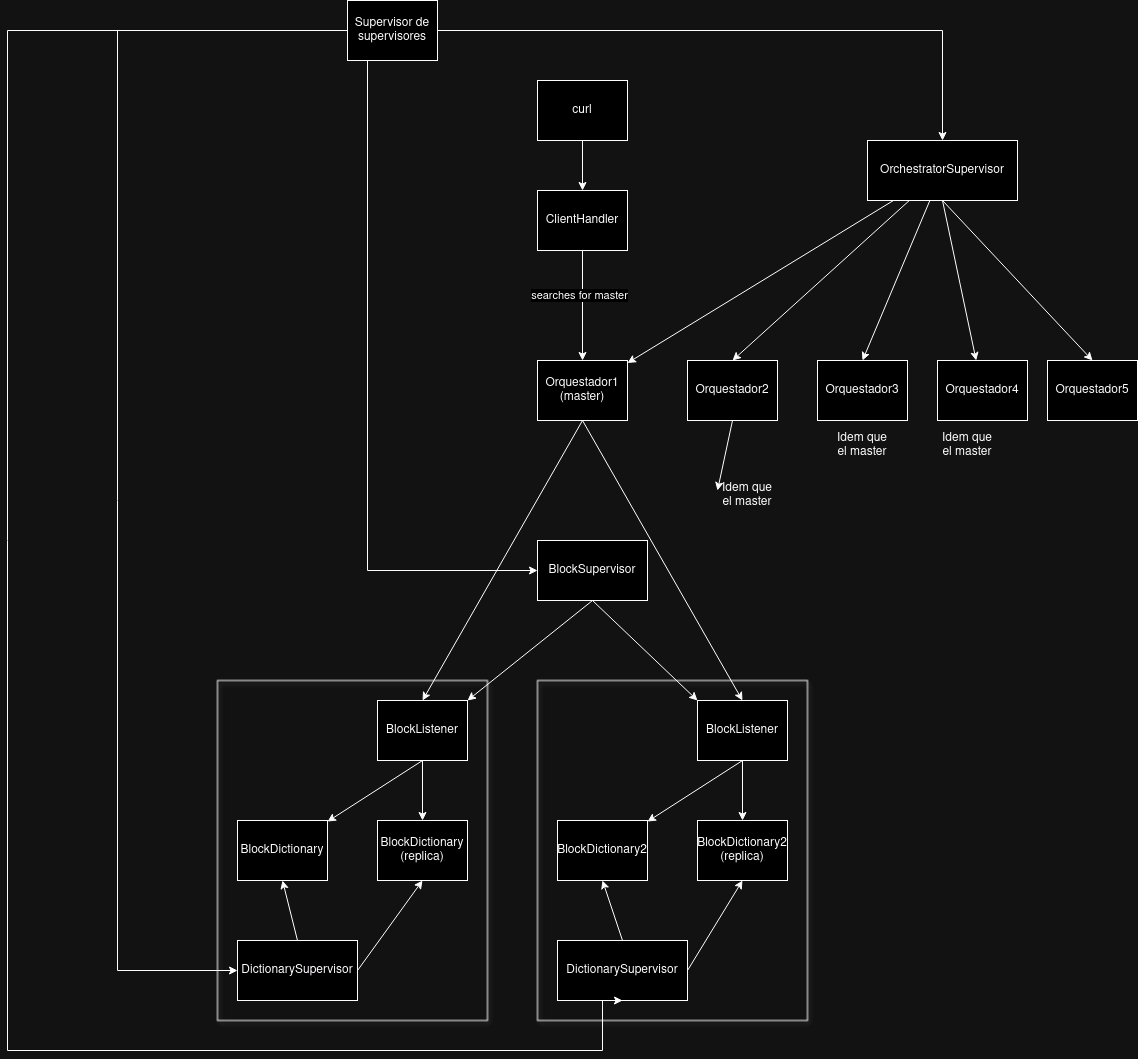
This is DiagramaArquitectura.drawio.png from jschuhmann47/tp-iasc, a draw.io export, as it was before one commit. Source tidied: cells renumbered, new cells last; positions are measured from the earlier drawing's top-left corner, leaving out a move shared by most shapes.
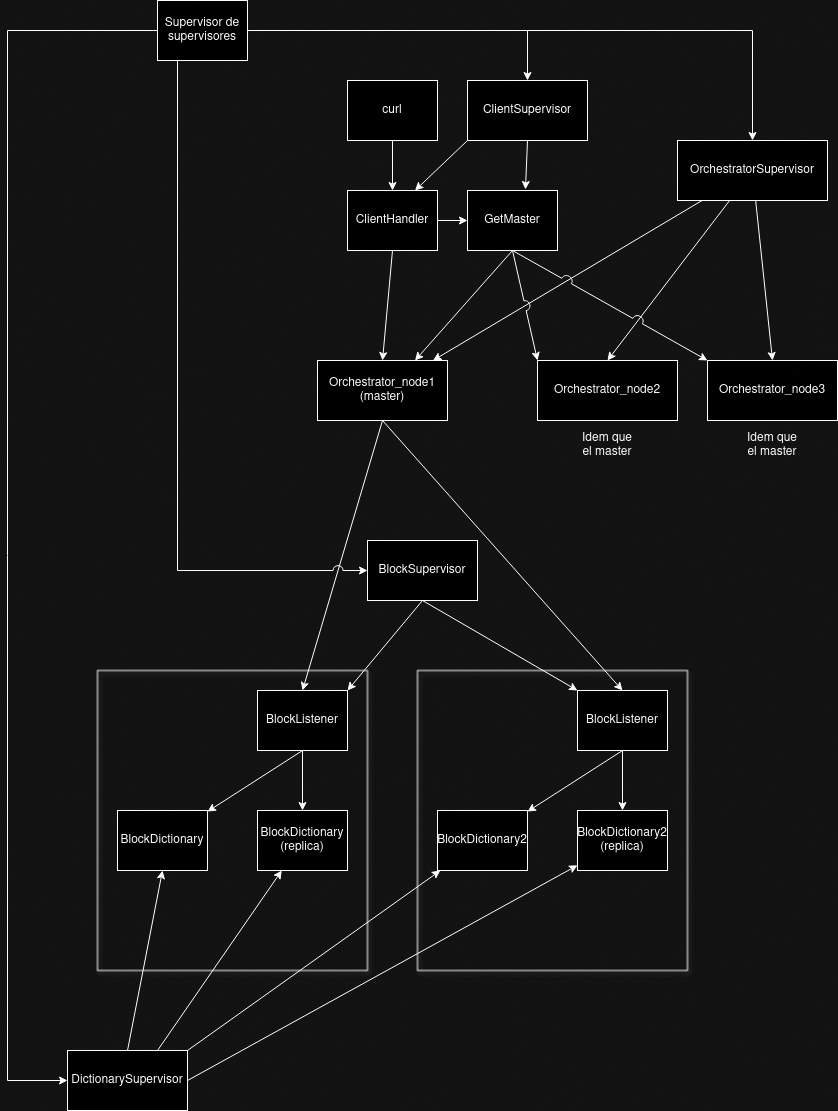
The same diagram one commit later.

Diff of the diagram source:
```diff
@@ -5,40 +5,35 @@
     <mxCell id="2" style="edgeStyle=none;rounded=0;jettySize=auto;html=1;exitX=0.5;exitY=1;exitDx=0;exitDy=0;entryX=0.5;entryY=0;entryDx=0;entryDy=0;" parent="1" edge="1" source="3" target="31">
       <mxGeometry relative="1" as="geometry" />
     </mxCell>
-    <mxCell id="3" value="Orquestador1 (master)" style="rounded=0;whiteSpace=wrap;html=1;" parent="1" vertex="1">
-      <mxGeometry x="530" y="360" width="90" height="60" as="geometry" />
+    <mxCell id="3" value="Orchestrator_node1 (master)" style="rounded=0;whiteSpace=wrap;html=1;" parent="1" vertex="1">
+      <mxGeometry x="500" y="360" width="130" height="60" as="geometry" />
     </mxCell>
     <mxCell id="4" style="rounded=0;jettySize=auto;html=1;exitX=0.5;exitY=1;exitDx=0;exitDy=0;entryX=0.5;entryY=0;entryDx=0;entryDy=0;" parent="1" edge="1" source="3" target="16">
       <mxGeometry relative="1" as="geometry" />
     </mxCell>
-    <mxCell id="5" style="edgeStyle=none;rounded=0;jettySize=auto;html=1;exitX=0.5;exitY=1;exitDx=0;exitDy=0;" parent="1" edge="1" source="6">
-      <mxGeometry relative="1" as="geometry">
-        <mxPoint x="710" y="490" as="targetPoint" />
-      </mxGeometry>
-    </mxCell>
-    <mxCell id="6" value="Orquestador2" style="rounded=0;whiteSpace=wrap;html=1;" parent="1" vertex="1">
-      <mxGeometry x="680" y="360" width="90" height="60" as="geometry" />
+    <mxCell id="6" value="Orchestrator_node2" style="rounded=0;whiteSpace=wrap;html=1;" parent="1" vertex="1">
+      <mxGeometry x="720" y="360" width="140" height="60" as="geometry" />
     </mxCell>
     <mxCell id="7" style="edgeStyle=none;rounded=0;jettySize=auto;html=1;exitX=0.5;exitY=1;exitDx=0;exitDy=0;entryX=0.5;entryY=0;entryDx=0;entryDy=0;" parent="1" edge="1" source="9" target="3">
       <mxGeometry relative="1" as="geometry" />
     </mxCell>
-    <mxCell id="8" value="searches for master" style="edgeLabel;html=1;align=center;verticalAlign=middle;" parent="7" vertex="1">
-      <mxGeometry x="-0.2" y="-4" relative="1" as="geometry" />
-    </mxCell>
+    <mxCell id="50" style="edgeStyle=none;rounded=0;jettySize=auto;html=1;exitX=1;exitY=0.5;exitDx=0;exitDy=0;entryX=0;entryY=0.5;entryDx=0;entryDy=0;" parent="1" edge="1" source="9" target="57">
+      <mxGeometry relative="1" as="geometry" />
+    </mxCell>
     <mxCell id="9" value="ClientHandler" style="rounded=0;whiteSpace=wrap;html=1;" parent="1" vertex="1">
       <mxGeometry x="530" y="190" width="90" height="60" as="geometry" />
     </mxCell>
-    <mxCell id="10" value="Orquestador3" style="rounded=0;whiteSpace=wrap;html=1;" parent="1" vertex="1">
-      <mxGeometry x="810" y="360" width="90" height="60" as="geometry" />
+    <mxCell id="10" value="Orchestrator_node3" style="rounded=0;whiteSpace=wrap;html=1;" parent="1" vertex="1">
+      <mxGeometry x="890" y="360" width="130" height="60" as="geometry" />
     </mxCell>
     <mxCell id="11" style="rounded=0;whiteSpace=wrap;html=1;shadow=1;fillColor=none;" parent="1" vertex="1">
-      <mxGeometry x="210" y="680" width="270" height="340" as="geometry" />
+      <mxGeometry x="280" y="670" width="270" height="300" as="geometry" />
     </mxCell>
     <mxCell id="12" value="BlockDictionary" style="rounded=0;whiteSpace=wrap;html=1;" parent="1" vertex="1">
-      <mxGeometry x="230" y="820" width="90" height="60" as="geometry" />
+      <mxGeometry x="300" y="810" width="90" height="60" as="geometry" />
     </mxCell>
     <mxCell id="13" value="BlockDictionary (replica)" style="rounded=0;whiteSpace=wrap;html=1;" parent="1" vertex="1">
-      <mxGeometry x="370" y="820" width="90" height="60" as="geometry" />
+      <mxGeometry x="440" y="810" width="90" height="60" as="geometry" />
     </mxCell>
     <mxCell id="14" style="edgeStyle=none;rounded=0;jettySize=auto;html=1;exitX=0.5;exitY=1;exitDx=0;exitDy=0;" parent="1" edge="1" source="16" target="12">
       <mxGeometry relative="1" as="geometry" />
@@ -47,20 +42,23 @@
       <mxGeometry relative="1" as="geometry" />
     </mxCell>
     <mxCell id="16" value="BlockListener" style="rounded=0;whiteSpace=wrap;html=1;" parent="1" vertex="1">
-      <mxGeometry x="370" y="700" width="90" height="60" as="geometry" />
+      <mxGeometry x="440" y="690" width="90" height="60" as="geometry" />
     </mxCell>
     <mxCell id="17" style="edgeStyle=none;rounded=0;jettySize=auto;html=1;exitX=0.5;exitY=0;exitDx=0;exitDy=0;entryX=0.5;entryY=1;entryDx=0;entryDy=0;" parent="1" edge="1" source="18" target="12">
       <mxGeometry relative="1" as="geometry" />
     </mxCell>
+    <mxCell id="19" style="rounded=0;jettySize=auto;html=1;exitX=0.75;exitY=0;exitDx=0;exitDy=0;" parent="1" edge="1" source="18" target="13">
+      <mxGeometry relative="1" as="geometry" />
+    </mxCell>
+    <mxCell id="51" style="rounded=0;jettySize=auto;html=1;exitX=1;exitY=0;exitDx=0;exitDy=0;" parent="1" edge="1" source="18" target="27">
+      <mxGeometry relative="1" as="geometry" />
+    </mxCell>
+    <mxCell id="52" style="edgeStyle=none;rounded=0;jettySize=auto;html=1;exitX=1;exitY=0.5;exitDx=0;exitDy=0;" parent="1" edge="1" source="18" target="28">
+      <mxGeometry relative="1" as="geometry" />
+    </mxCell>
     <mxCell id="18" value="DictionarySupervisor" style="rounded=0;whiteSpace=wrap;html=1;" parent="1" vertex="1">
-      <mxGeometry x="230" y="940" width="120" height="60" as="geometry" />
+      <mxGeometry x="250" y="1050" width="120" height="60" as="geometry" />
     </mxCell>
-    <mxCell id="19" style="endArrow=classic;html=1;rounded=0;entryX=0.5;entryY=1;entryDx=0;entryDy=0;exitX=1;exitY=0.5;exitDx=0;exitDy=0;" parent="1" edge="1" source="18" target="13">
-      <mxGeometry relative="1" as="geometry" />
-    </mxCell>
-    <mxCell id="20" value="Orquestador4" style="rounded=0;whiteSpace=wrap;html=1;" parent="1" vertex="1">
-      <mxGeometry x="930" y="360" width="90" height="60" as="geometry" />
-    </mxCell>
     <mxCell id="21" style="edgeStyle=none;rounded=0;jettySize=auto;html=1;exitX=0.5;exitY=1;exitDx=0;exitDy=0;entryX=0.5;entryY=0;entryDx=0;entryDy=0;" parent="1" edge="1" source="22" target="9">
       <mxGeometry relative="1" as="geometry" />
     </mxCell>
@@ -74,16 +72,16 @@
       <mxGeometry relative="1" as="geometry" />
     </mxCell>
     <mxCell id="25" value="&lt;div&gt;BlockSupervisor&lt;/div&gt;" style="rounded=0;whiteSpace=wrap;html=1;" parent="1" vertex="1">
-      <mxGeometry x="530" y="540" width="110" height="60" as="geometry" />
+      <mxGeometry x="550" y="540" width="110" height="60" as="geometry" />
     </mxCell>
     <mxCell id="26" style="rounded=0;whiteSpace=wrap;html=1;shadow=1;fillColor=none;" parent="1" vertex="1">
-      <mxGeometry x="530" y="680" width="270" height="340" as="geometry" />
+      <mxGeometry x="600" y="670" width="270" height="300" as="geometry" />
     </mxCell>
     <mxCell id="27" value="BlockDictionary2" style="rounded=0;whiteSpace=wrap;html=1;" parent="1" vertex="1">
-      <mxGeometry x="550" y="820" width="90" height="60" as="geometry" />
+      <mxGeometry x="620" y="810" width="90" height="60" as="geometry" />
     </mxCell>
     <mxCell id="28" value="BlockDictionary2 (replica)" style="rounded=0;whiteSpace=wrap;html=1;" parent="1" vertex="1">
-      <mxGeometry x="690" y="820" width="90" height="60" as="geometry" />
+      <mxGeometry x="760" y="810" width="90" height="60" as="geometry" />
     </mxCell>
     <mxCell id="29" style="edgeStyle=none;rounded=0;jettySize=auto;html=1;exitX=0.5;exitY=1;exitDx=0;exitDy=0;" parent="1" edge="1" source="31" target="27">
       <mxGeometry relative="1" as="geometry" />
@@ -92,36 +90,21 @@
       <mxGeometry relative="1" as="geometry" />
     </mxCell>
     <mxCell id="31" value="BlockListener" style="rounded=0;whiteSpace=wrap;html=1;" parent="1" vertex="1">
-      <mxGeometry x="690" y="700" width="90" height="60" as="geometry" />
+      <mxGeometry x="760" y="690" width="90" height="60" as="geometry" />
     </mxCell>
-    <mxCell id="32" style="edgeStyle=none;rounded=0;jettySize=auto;html=1;exitX=0.5;exitY=0;exitDx=0;exitDy=0;entryX=0.5;entryY=1;entryDx=0;entryDy=0;" parent="1" edge="1" source="33" target="27">
-      <mxGeometry relative="1" as="geometry" />
-    </mxCell>
-    <mxCell id="33" value="DictionarySupervisor" style="rounded=0;whiteSpace=wrap;html=1;" parent="1" vertex="1">
-      <mxGeometry x="550" y="940" width="130" height="60" as="geometry" />
-    </mxCell>
-    <mxCell id="34" style="endArrow=classic;html=1;rounded=0;entryX=0.5;entryY=1;entryDx=0;entryDy=0;exitX=1;exitY=0.5;exitDx=0;exitDy=0;" parent="1" edge="1" source="33" target="28">
-      <mxGeometry relative="1" as="geometry" />
-    </mxCell>
     <mxCell id="35" style="rounded=0;jettySize=auto;html=1;entryX=0.5;entryY=0;entryDx=0;entryDy=0;" parent="1" edge="1" source="39" target="6">
       <mxGeometry relative="1" as="geometry" />
     </mxCell>
-    <mxCell id="36" style="rounded=0;jettySize=auto;html=1;exitX=0.5;exitY=1;exitDx=0;exitDy=0;" parent="1" edge="1" source="39" target="20">
-      <mxGeometry relative="1" as="geometry" />
-    </mxCell>
     <mxCell id="37" style="rounded=0;jettySize=auto;html=1;entryX=0.5;entryY=0;entryDx=0;entryDy=0;" parent="1" edge="1" source="39" target="10">
       <mxGeometry relative="1" as="geometry" />
     </mxCell>
-    <mxCell id="38" style="rounded=0;jettySize=auto;html=1;exitX=0.5;exitY=1;exitDx=0;exitDy=0;entryX=0.5;entryY=0;entryDx=0;entryDy=0;" parent="1" edge="1" source="39" target="49">
-      <mxGeometry relative="1" as="geometry" />
-    </mxCell>
     <mxCell id="39" value="OrchestratorSupervisor" style="rounded=0;whiteSpace=wrap;html=1;" parent="1" vertex="1">
       <mxGeometry x="860" y="140" width="150" height="60" as="geometry" />
     </mxCell>
     <mxCell id="40" style="edgeStyle=orthogonalEdgeStyle;rounded=0;jettySize=auto;html=1;entryX=0.5;entryY=0;entryDx=0;entryDy=0;" parent="1" edge="1" source="44" target="39">
       <mxGeometry relative="1" as="geometry" />
     </mxCell>
-    <mxCell id="41" style="edgeStyle=orthogonalEdgeStyle;rounded=0;jettySize=auto;html=1;entryX=0;entryY=0.5;entryDx=0;entryDy=0;" parent="1" edge="1" source="44" target="25">
+    <mxCell id="41" style="edgeStyle=orthogonalEdgeStyle;rounded=0;jettySize=auto;html=1;entryX=0;entryY=0.5;entryDx=0;entryDy=0;jumpStyle=arc;jumpSize=10;" parent="1" edge="1" source="44" target="25">
       <mxGeometry relative="1" as="geometry">
         <Array as="points">
           <mxPoint x="360" y="570" />
@@ -131,21 +114,19 @@
     <mxCell id="42" style="edgeStyle=orthogonalEdgeStyle;rounded=0;jettySize=auto;html=1;exitX=0;exitY=0.5;exitDx=0;exitDy=0;entryX=0;entryY=0.5;entryDx=0;entryDy=0;" parent="1" edge="1" source="44" target="18">
       <mxGeometry relative="1" as="geometry">
         <Array as="points">
-          <mxPoint x="110" y="30" />
-          <mxPoint x="110" y="970" />
+          <mxPoint x="190" y="30" />
+          <mxPoint x="190" y="1080" />
         </Array>
       </mxGeometry>
     </mxCell>
-    <mxCell id="43" style="edgeStyle=orthogonalEdgeStyle;rounded=0;jettySize=auto;html=1;exitX=0;exitY=0.25;exitDx=0;exitDy=0;entryX=0.5;entryY=1;entryDx=0;entryDy=0;" parent="1" edge="1" source="44" target="33">
-      <mxGeometry relative="1" as="geometry">
-        <Array as="points">
-          <mxPoint x="340" y="30" />
-          <mxPoint y="30" />
-          <mxPoint y="1050" />
-          <mxPoint x="595" y="1050" />
-        </Array>
-      </mxGeometry>
-    </mxCell>
+    <mxCell id="53" style="rounded=0;jettySize=auto;html=1;exitX=1;exitY=0.75;exitDx=0;exitDy=0;entryX=0.5;entryY=0;entryDx=0;entryDy=0;edgeStyle=orthogonalEdgeStyle;" parent="1" edge="1" source="44" target="59">
+      <mxGeometry relative="1" as="geometry">
+        <Array as="points">
+          <mxPoint x="430" y="30" />
+          <mxPoint x="710" y="30" />
+        </Array>
+      </mxGeometry>
+    </mxCell>
     <mxCell id="44" value="Supervisor de supervisores" style="rounded=0;whiteSpace=wrap;html=1;" parent="1" vertex="1">
       <mxGeometry x="340" width="90" height="60" as="geometry" />
     </mxCell>
@@ -153,16 +134,31 @@
       <mxGeometry relative="1" as="geometry" />
     </mxCell>
     <mxCell id="46" value="Idem que el master" style="text;html=1;align=center;verticalAlign=middle;whiteSpace=wrap;rounded=0;" parent="1" vertex="1">
-      <mxGeometry x="710" y="480" width="60" height="30" as="geometry" />
+      <mxGeometry x="760" y="430" width="60" height="30" as="geometry" />
     </mxCell>
     <mxCell id="47" value="Idem que el master" style="text;html=1;align=center;verticalAlign=middle;whiteSpace=wrap;rounded=0;" parent="1" vertex="1">
-      <mxGeometry x="825" y="430" width="60" height="30" as="geometry" />
+      <mxGeometry x="925" y="430" width="60" height="30" as="geometry" />
     </mxCell>
-    <mxCell id="48" value="Idem que el master" style="text;html=1;align=center;verticalAlign=middle;whiteSpace=wrap;rounded=0;" parent="1" vertex="1">
-      <mxGeometry x="930" y="430" width="60" height="30" as="geometry" />
-    </mxCell>
-    <mxCell id="49" value="Orquestador5" style="rounded=0;whiteSpace=wrap;html=1;" parent="1" vertex="1">
-      <mxGeometry x="1040" y="360" width="90" height="60" as="geometry" />
-    </mxCell>
+    <mxCell id="54" style="edgeStyle=none;rounded=0;jettySize=auto;html=1;exitX=0.5;exitY=1;exitDx=0;exitDy=0;entryX=0.75;entryY=0;entryDx=0;entryDy=0;" parent="1" edge="1" source="57" target="3">
+      <mxGeometry relative="1" as="geometry" />
+    </mxCell>
+    <mxCell id="55" style="rounded=0;jettySize=auto;html=1;exitX=0.5;exitY=1;exitDx=0;exitDy=0;entryX=0;entryY=0;entryDx=0;entryDy=0;jumpStyle=arc;jumpSize=10;" parent="1" edge="1" source="57" target="6">
+      <mxGeometry relative="1" as="geometry" />
+    </mxCell>
+    <mxCell id="56" style="edgeStyle=none;rounded=0;jettySize=auto;html=1;exitX=0.5;exitY=1;exitDx=0;exitDy=0;entryX=0;entryY=0;entryDx=0;entryDy=0;jumpStyle=arc;jumpSize=11;" parent="1" edge="1" source="57" target="10">
+      <mxGeometry relative="1" as="geometry" />
+    </mxCell>
+    <mxCell id="57" value="GetMaster" style="rounded=0;whiteSpace=wrap;html=1;" parent="1" vertex="1">
+      <mxGeometry x="650" y="190" width="90" height="60" as="geometry" />
+    </mxCell>
+    <mxCell id="58" style="edgeStyle=none;rounded=0;jettySize=auto;html=1;exitX=0;exitY=1;exitDx=0;exitDy=0;entryX=0.75;entryY=0;entryDx=0;entryDy=0;" parent="1" edge="1" source="59" target="9">
+      <mxGeometry relative="1" as="geometry" />
+    </mxCell>
+    <mxCell id="59" value="ClientSupervisor" style="rounded=0;whiteSpace=wrap;html=1;" parent="1" vertex="1">
+      <mxGeometry x="650" y="80" width="120" height="60" as="geometry" />
+    </mxCell>
+    <mxCell id="60" style="edgeStyle=none;rounded=0;jettySize=auto;html=1;exitX=0.5;exitY=1;exitDx=0;exitDy=0;entryX=0.644;entryY=-0.017;entryDx=0;entryDy=0;entryPerimeter=0;" parent="1" edge="1" source="59" target="57">
+      <mxGeometry relative="1" as="geometry" />
+    </mxCell>
   </root>
 </mxGraphModel>
```
